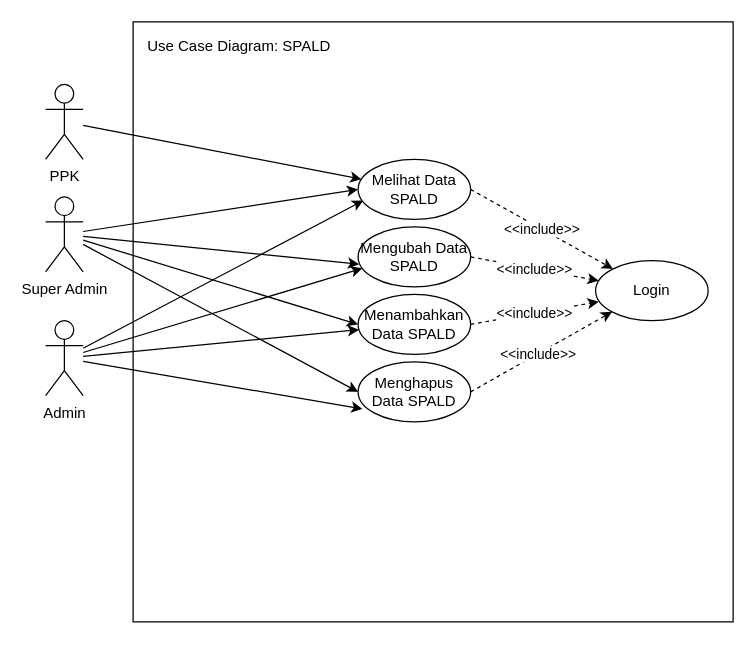
Earlier version of the draw.io diagram page "SPALD" (1 of 13) of screenshot/usecasediagram.drawio (ilhamtaufiq/simspald). Source tidied: cells renumbered, new cells numbered last; positions are measured from the earlier drawing's top-left corner, leaving out a move shared by most shapes. Both pictures are drawn from the tidied source at 125%, with x=0, y=0 at pixel (45, 21).
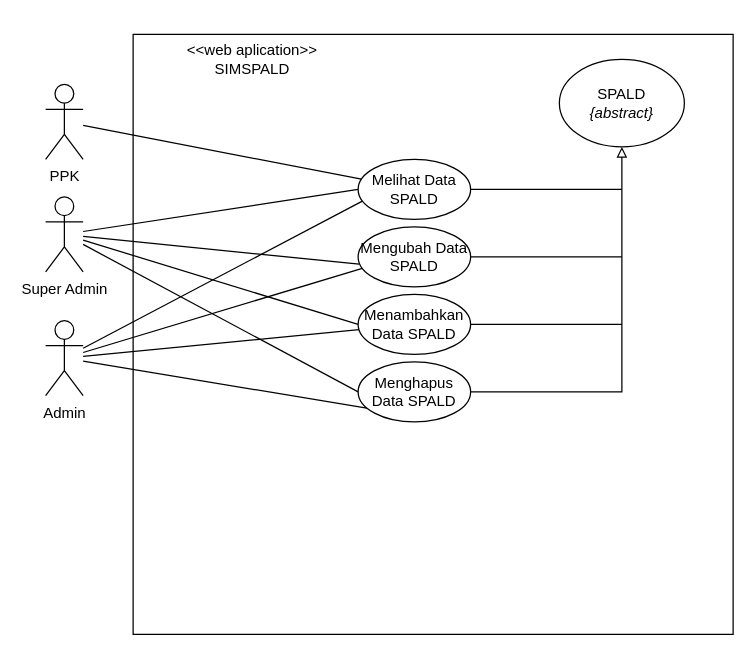
The same diagram, later.

The change refers to these unchanged cells:
```xml
<mxCell id="7" value="Super Admin" style="shape=umlActor;verticalLabelPosition=bottom;verticalAlign=top;html=1;outlineConnect=0;" parent="1" vertex="1">
  <mxGeometry y="140" width="30" height="60" as="geometry" />
</mxCell>
<mxCell id="12" value="Admin" style="shape=umlActor;verticalLabelPosition=bottom;verticalAlign=top;html=1;outlineConnect=0;" parent="1" vertex="1">
  <mxGeometry y="239" width="30" height="60" as="geometry" />
</mxCell>
<mxCell id="14" value="Melihat Data SPALD" style="ellipse;whiteSpace=wrap;html=1;flipV=1;" parent="13" vertex="1">
  <mxGeometry width="90" height="48" as="geometry" />
</mxCell>
<mxCell id="15" value="Mengubah Data SPALD" style="ellipse;whiteSpace=wrap;html=1;flipV=1;" parent="13" vertex="1">
  <mxGeometry y="54" width="90" height="48" as="geometry" />
</mxCell>
<mxCell id="16" value="Menghapus Data SPALD" style="ellipse;whiteSpace=wrap;html=1;flipV=1;" parent="13" vertex="1">
  <mxGeometry y="162" width="90" height="48" as="geometry" />
</mxCell>
<mxCell id="17" value="Menambahkan Data SPALD" style="ellipse;whiteSpace=wrap;html=1;flipV=1;" parent="13" vertex="1">
  <mxGeometry y="108" width="90" height="48" as="geometry" />
</mxCell>
<mxCell id="26" value="PPK" style="shape=umlActor;verticalLabelPosition=bottom;verticalAlign=top;html=1;outlineConnect=0;fillColor=none;" parent="1" vertex="1">
  <mxGeometry y="50" width="30" height="60" as="geometry" />
</mxCell>
```

What changed in the source:
```diff
@@
     <mxCell id="2" style="whiteSpace=wrap;html=1;fillColor=none;" parent="1" vertex="1">
-      <mxGeometry x="70" width="480" height="480" as="geometry" />
+      <mxGeometry x="70" y="10" width="480" height="480" as="geometry" />
     </mxCell>
-    <mxCell id="3" style="rounded=0;jettySize=auto;html=1;entryX=0;entryY=0.5;entryDx=0;entryDy=0;" parent="1" edge="1" source="7" target="14">
+    <mxCell id="3" style="rounded=0;jettySize=auto;html=1;entryX=0;entryY=0.5;entryDx=0;entryDy=0;endArrow=none;endFill=0;" parent="1" edge="1" source="7" target="14">
       <mxGeometry relative="1" as="geometry" />
     </mxCell>
-    <mxCell id="4" style="edgeStyle=none;rounded=0;jettySize=auto;html=1;entryX=0.009;entryY=0.378;entryDx=0;entryDy=0;entryPerimeter=0;strokeColor=#000000;" parent="1" edge="1" source="7" target="15">
+    <mxCell id="4" style="edgeStyle=none;rounded=0;jettySize=auto;html=1;entryX=0.009;entryY=0.378;entryDx=0;entryDy=0;entryPerimeter=0;strokeColor=#000000;endArrow=none;endFill=0;" parent="1" edge="1" source="7" target="15">
       <mxGeometry relative="1" as="geometry" />
     </mxCell>
-    <mxCell id="5" style="edgeStyle=none;rounded=0;jettySize=auto;html=1;entryX=0;entryY=0.5;entryDx=0;entryDy=0;strokeColor=#000000;" parent="1" edge="1" source="7" target="17">
+    <mxCell id="5" style="edgeStyle=none;rounded=0;jettySize=auto;html=1;entryX=0;entryY=0.5;entryDx=0;entryDy=0;strokeColor=#000000;endArrow=none;endFill=0;" parent="1" edge="1" source="7" target="17">
       <mxGeometry relative="1" as="geometry" />
     </mxCell>
-    <mxCell id="6" style="edgeStyle=none;rounded=0;jettySize=auto;html=1;entryX=0;entryY=0.5;entryDx=0;entryDy=0;strokeColor=#000000;" parent="1" edge="1" source="7" target="16">
+    <mxCell id="6" style="edgeStyle=none;rounded=0;jettySize=auto;html=1;entryX=0;entryY=0.5;entryDx=0;entryDy=0;strokeColor=#000000;endArrow=none;endFill=0;" parent="1" edge="1" source="7" target="16">
       <mxGeometry relative="1" as="geometry" />
     </mxCell>
@@
-    <mxCell id="8" style="edgeStyle=none;rounded=0;jettySize=auto;html=1;entryX=0.046;entryY=0.313;entryDx=0;entryDy=0;entryPerimeter=0;strokeColor=#000000;" parent="1" edge="1" source="12" target="14">
+    <mxCell id="8" style="edgeStyle=none;rounded=0;jettySize=auto;html=1;entryX=0.046;entryY=0.313;entryDx=0;entryDy=0;entryPerimeter=0;strokeColor=#000000;endArrow=none;endFill=0;" parent="1" edge="1" source="12" target="14">
       <mxGeometry relative="1" as="geometry" />
     </mxCell>
-    <mxCell id="9" style="edgeStyle=none;rounded=0;jettySize=auto;html=1;strokeColor=#000000;" parent="1" edge="1" source="12" target="17">
+    <mxCell id="9" style="edgeStyle=none;rounded=0;jettySize=auto;html=1;strokeColor=#000000;endArrow=none;endFill=0;" parent="1" edge="1" source="12" target="17">
       <mxGeometry relative="1" as="geometry" />
     </mxCell>
-    <mxCell id="10" style="edgeStyle=none;rounded=0;jettySize=auto;html=1;entryX=0.037;entryY=0.309;entryDx=0;entryDy=0;entryPerimeter=0;strokeColor=#000000;" parent="1" edge="1" source="12" target="15">
+    <mxCell id="10" style="edgeStyle=none;rounded=0;jettySize=auto;html=1;entryX=0.037;entryY=0.309;entryDx=0;entryDy=0;entryPerimeter=0;strokeColor=#000000;endArrow=none;endFill=0;" parent="1" edge="1" source="12" target="15">
       <mxGeometry relative="1" as="geometry" />
     </mxCell>
-    <mxCell id="11" style="edgeStyle=none;rounded=0;jettySize=auto;html=1;entryX=0.039;entryY=0.215;entryDx=0;entryDy=0;entryPerimeter=0;shadow=0;strokeColor=#000000;" parent="1" edge="1" source="12" target="16">
+    <mxCell id="11" style="edgeStyle=none;rounded=0;jettySize=auto;html=1;entryX=0.104;entryY=0.222;entryDx=0;entryDy=0;entryPerimeter=0;shadow=0;strokeColor=#000000;endArrow=none;endFill=0;" parent="1" edge="1" source="12" target="16">
       <mxGeometry relative="1" as="geometry" />
     </mxCell>
@@
-    <mxCell id="18" value="Login" style="ellipse;whiteSpace=wrap;html=1;flipV=1;" parent="1" vertex="1">
-      <mxGeometry x="440" y="191" width="90" height="48" as="geometry" />
-    </mxCell>
-    <mxCell id="19" value="&amp;lt;&amp;lt;include&amp;gt;&amp;gt;" style="edgeStyle=none;rounded=0;jettySize=auto;html=1;exitX=1;exitY=0.5;exitDx=0;exitDy=0;strokeColor=#000000;dashed=1;shadow=0;" parent="1" edge="1" source="14" target="18">
-      <mxGeometry relative="1" as="geometry" />
-    </mxCell>
-    <mxCell id="20" value="&amp;lt;&amp;lt;include&amp;gt;&amp;gt;" style="edgeStyle=none;rounded=0;jettySize=auto;html=1;exitX=1;exitY=0.5;exitDx=0;exitDy=0;dashed=1;strokeColor=#000000;" parent="1" edge="1" source="15" target="18">
-      <mxGeometry relative="1" as="geometry" />
-    </mxCell>
-    <mxCell id="21" value="&amp;lt;&amp;lt;include&amp;gt;&amp;gt;" style="edgeStyle=none;rounded=0;jettySize=auto;html=1;exitX=1;exitY=0.5;exitDx=0;exitDy=0;entryX=0.028;entryY=0.316;entryDx=0;entryDy=0;entryPerimeter=0;dashed=1;strokeColor=#000000;" parent="1" edge="1" source="17" target="18">
-      <mxGeometry relative="1" as="geometry" />
-    </mxCell>
-    <mxCell id="22" style="edgeStyle=none;rounded=0;jettySize=auto;html=1;exitX=1;exitY=0.5;exitDx=0;exitDy=0;entryX=0;entryY=1;entryDx=0;entryDy=0;dashed=1;strokeColor=#000000;" parent="1" edge="1" source="16" target="18">
-      <mxGeometry relative="1" as="geometry" />
-    </mxCell>
-    <mxCell id="23" value="&amp;lt;&amp;lt;include&amp;gt;&amp;gt;" style="edgeLabel;html=1;align=center;verticalAlign=middle;" parent="22" vertex="1">
-      <mxGeometry x="-0.06" relative="1" as="geometry" />
-    </mxCell>
-    <mxCell id="24" value="Use Case Diagram: SPALD" style="text;html=1;strokeColor=none;fillColor=none;align=center;verticalAlign=middle;whiteSpace=wrap;rounded=0;" parent="1" vertex="1">
-      <mxGeometry x="70" y="10" width="170" height="20" as="geometry" />
-    </mxCell>
-    <mxCell id="25" style="edgeStyle=none;rounded=0;jettySize=auto;html=1;shadow=0;strokeColor=#000000;" parent="1" edge="1" source="26" target="14">
+    <mxCell id="25" style="edgeStyle=none;rounded=0;jettySize=auto;html=1;shadow=0;strokeColor=#000000;endArrow=none;endFill=0;" parent="1" edge="1" source="26" target="14">
       <mxGeometry relative="1" as="geometry" />
     </mxCell>
@@
+    <mxCell id="27" value="&lt;div&gt;&amp;lt;&amp;lt;web aplication&amp;gt;&amp;gt;&lt;/div&gt;&lt;div&gt;SIMSPALD&lt;br&gt;&lt;/div&gt;" style="text;html=1;strokeColor=none;fillColor=none;align=center;verticalAlign=middle;whiteSpace=wrap;rounded=0;" parent="1" vertex="1">
+      <mxGeometry x="70" y="10" width="191" height="40" as="geometry" />
+    </mxCell>
+    <mxCell id="28" value="&lt;div&gt;SPALD&lt;br&gt;&lt;/div&gt;&lt;div&gt;&lt;i&gt;{abstract}&lt;/i&gt;&lt;br&gt;&lt;/div&gt;" style="ellipse;whiteSpace=wrap;html=1;fillColor=none;" parent="1" vertex="1">
+      <mxGeometry x="411" y="30" width="100" height="70" as="geometry" />
+    </mxCell>
+    <mxCell id="29" style="edgeStyle=none;rounded=0;jettySize=auto;html=1;entryX=0.5;entryY=1;entryDx=0;entryDy=0;shadow=0;startArrow=none;startFill=0;endArrow=block;endFill=0;strokeColor=#000000;exitX=1;exitY=0.5;exitDx=0;exitDy=0;" parent="1" edge="1" source="16" target="28">
+      <mxGeometry relative="1" as="geometry">
+        <Array as="points">
+          <mxPoint x="461" y="296" />
+          <mxPoint x="461" y="210" />
+        </Array>
+      </mxGeometry>
+    </mxCell>
+    <mxCell id="30" style="edgeStyle=none;rounded=0;jettySize=auto;html=1;shadow=0;startArrow=none;startFill=0;endArrow=none;endFill=0;strokeColor=#000000;" parent="1" edge="1" source="17">
+      <mxGeometry relative="1" as="geometry">
+        <mxPoint x="461" y="242" as="targetPoint" />
+      </mxGeometry>
+    </mxCell>
+    <mxCell id="31" style="edgeStyle=none;rounded=0;jettySize=auto;html=1;shadow=0;startArrow=none;startFill=0;endArrow=none;endFill=0;strokeColor=#000000;" parent="1" edge="1" source="15">
+      <mxGeometry relative="1" as="geometry">
+        <mxPoint x="461" y="188" as="targetPoint" />
+      </mxGeometry>
+    </mxCell>
+    <mxCell id="32" style="edgeStyle=none;rounded=0;jettySize=auto;html=1;shadow=0;startArrow=none;startFill=0;endArrow=none;endFill=0;strokeColor=#000000;" parent="1" edge="1" source="14">
+      <mxGeometry relative="1" as="geometry">
+        <mxPoint x="461" y="134" as="targetPoint" />
+      </mxGeometry>
+    </mxCell>
```
